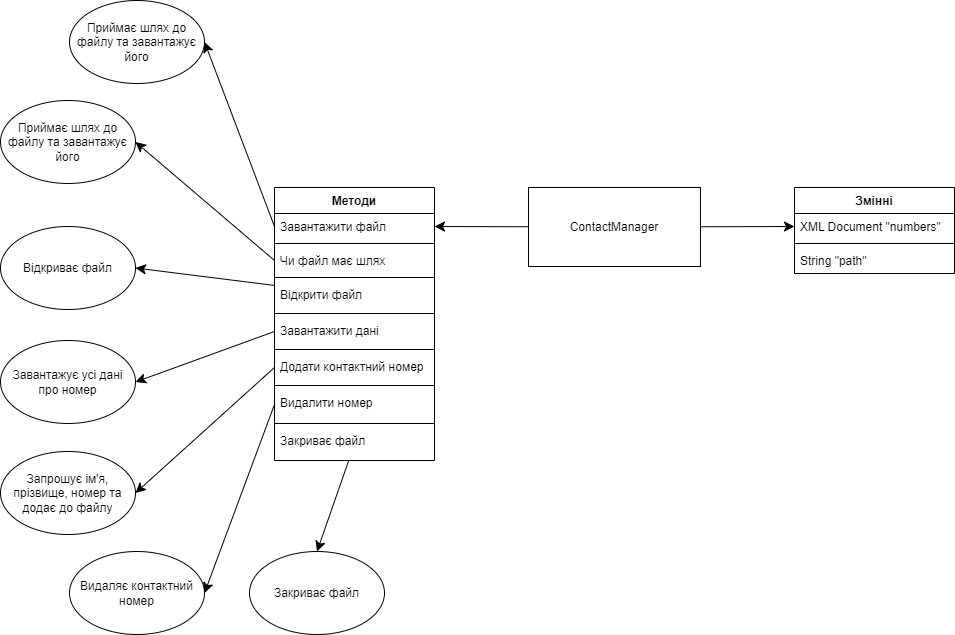
Above: Диаграмма без названия.drawio.png in MaxDubinsky/Final-project (draw.io), before the change. Source tidied: cells renumbered, new cells last; positions are measured from the earlier drawing's top-left corner, leaving out a move shared by most shapes.
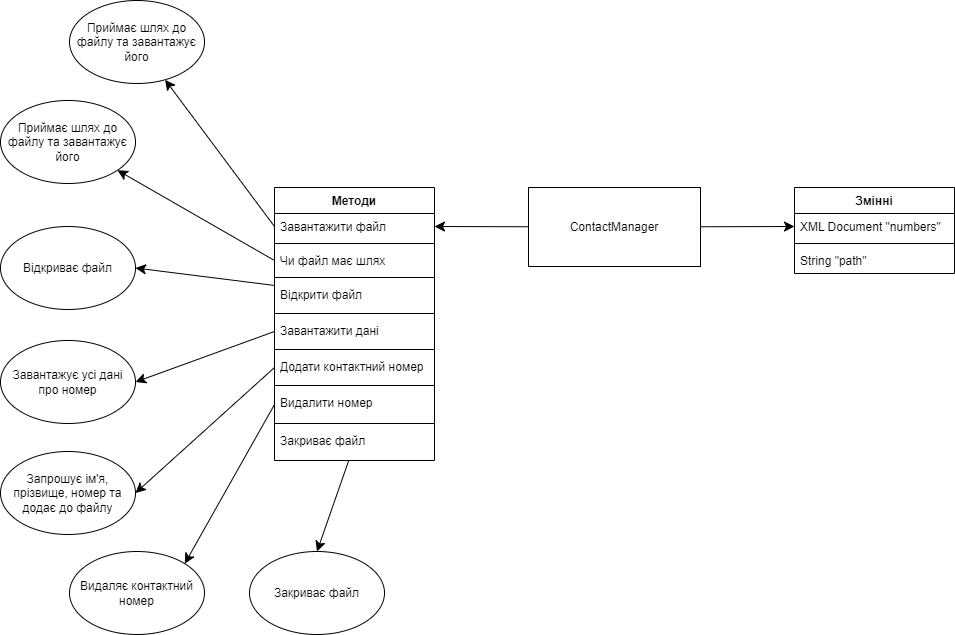
After the change.

Change to the diagram source:
```diff
@@ -68,13 +68,13 @@
     <mxCell id="23" value="Приймає шлях до файлу та завантажує його" style="ellipse;whiteSpace=wrap;html=1;" parent="1" vertex="1">
       <mxGeometry x="69" width="135" height="83" as="geometry" />
     </mxCell>
-    <mxCell id="24" style="edgeStyle=none;curved=1;rounded=0;jettySize=auto;html=1;entryX=1;entryY=0.5;entryDx=0;entryDy=0;fontSize=12;startSize=8;endSize=8;exitX=0;exitY=0.5;exitDx=0;exitDy=0;" parent="1" edge="1" source="6" target="23">
+    <mxCell id="24" style="edgeStyle=none;curved=1;rounded=0;jettySize=auto;html=1;fontSize=12;startSize=8;endSize=8;exitX=0;exitY=0.5;exitDx=0;exitDy=0;" parent="1" edge="1" source="6" target="23">
       <mxGeometry relative="1" as="geometry" />
     </mxCell>
     <mxCell id="25" value="Приймає шлях до файлу та завантажує його" style="ellipse;whiteSpace=wrap;html=1;" parent="1" vertex="1">
       <mxGeometry y="100" width="135" height="83" as="geometry" />
     </mxCell>
-    <mxCell id="26" style="edgeStyle=none;curved=1;rounded=0;jettySize=auto;html=1;entryX=1;entryY=0.5;entryDx=0;entryDy=0;fontSize=12;startSize=8;endSize=8;exitX=0;exitY=0.5;exitDx=0;exitDy=0;" parent="1" edge="1" source="8" target="25">
+    <mxCell id="26" style="edgeStyle=none;curved=1;rounded=0;jettySize=auto;html=1;fontSize=12;startSize=8;endSize=8;exitX=0;exitY=0.5;exitDx=0;exitDy=0;" parent="1" edge="1" source="8" target="25">
       <mxGeometry relative="1" as="geometry" />
     </mxCell>
     <mxCell id="27" value="Відкриває файл" style="ellipse;whiteSpace=wrap;html=1;" parent="1" vertex="1">
@@ -98,7 +98,7 @@
     <mxCell id="33" style="edgeStyle=none;curved=1;rounded=0;jettySize=auto;html=1;entryX=1;entryY=0.5;entryDx=0;entryDy=0;fontSize=12;startSize=8;endSize=8;exitX=0;exitY=0.5;exitDx=0;exitDy=0;" parent="1" edge="1" source="14" target="29">
       <mxGeometry relative="1" as="geometry" />
     </mxCell>
-    <mxCell id="34" style="edgeStyle=none;curved=1;rounded=0;jettySize=auto;html=1;entryX=1;entryY=0.5;entryDx=0;entryDy=0;fontSize=12;startSize=8;endSize=8;exitX=0;exitY=0.5;exitDx=0;exitDy=0;" parent="1" edge="1" source="16" target="30">
+    <mxCell id="34" style="edgeStyle=none;curved=1;rounded=0;jettySize=auto;html=1;entryX=1;entryY=0;entryDx=0;entryDy=0;fontSize=12;startSize=8;endSize=8;exitX=0;exitY=0.5;exitDx=0;exitDy=0;" parent="1" edge="1" source="16" target="30">
       <mxGeometry relative="1" as="geometry" />
     </mxCell>
     <mxCell id="35" style="edgeStyle=none;curved=1;rounded=0;jettySize=auto;html=1;fontSize=12;startSize=8;endSize=8;entryX=0.5;entryY=0;entryDx=0;entryDy=0;" parent="1" edge="1" source="18" target="36">
```
